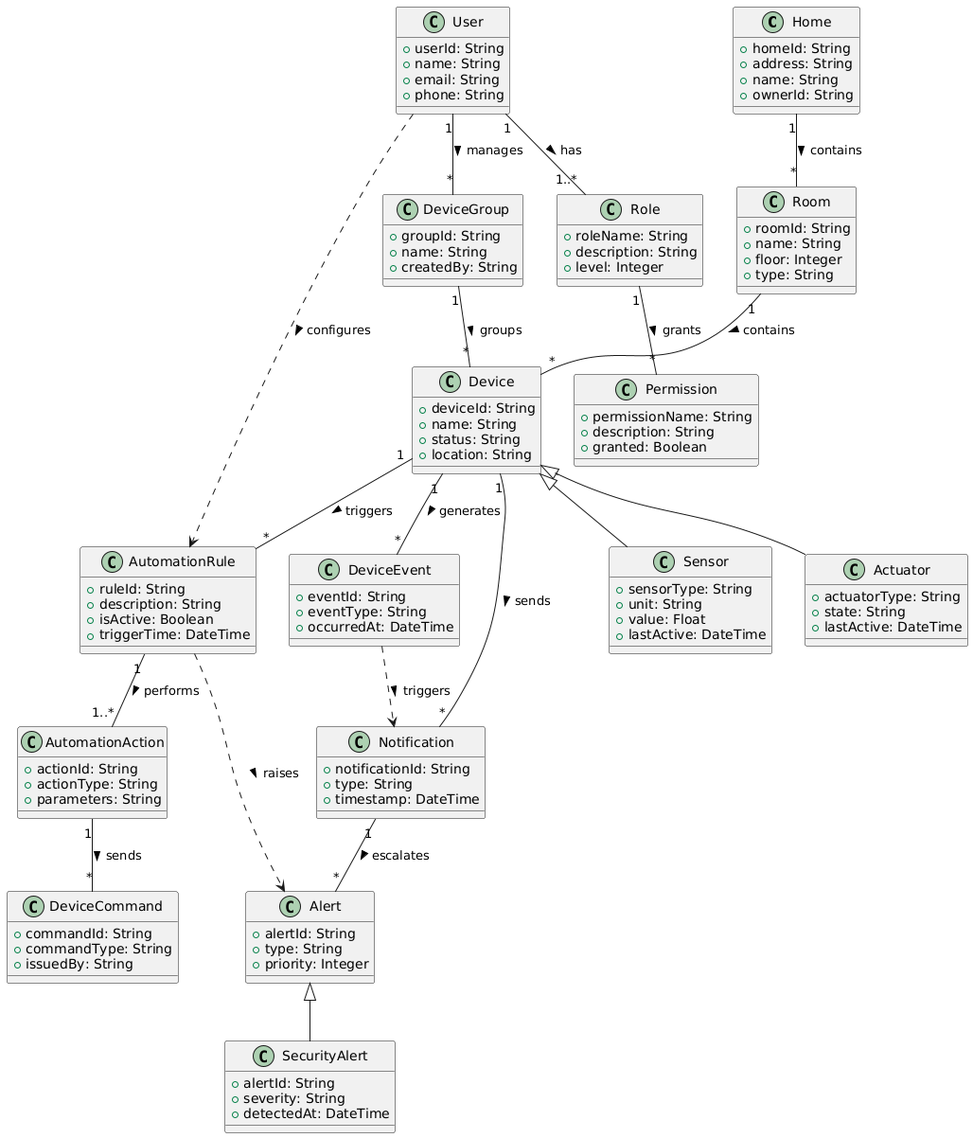
The PlantUML diagram DomainModel.png in srinath-ramachandran/hype, before a commit. The source it was exported from:
```plantuml
@startuml
class Home {
  +homeId: String
  +address: String
  +name: String
  +ownerId: String
}

class Room {
  +roomId: String
  +name: String
  +floor: Integer
  +type: String
}

class Device {
  +deviceId: String
  +name: String
  +status: String
  +location: String
}

class Sensor {
  +sensorType: String
  +unit: String
  +value: Float
  +lastActive: DateTime
}

class Actuator {
  +actuatorType: String
  +state: String
  +lastActive: DateTime
}

class User {
  +userId: String
  +name: String
  +email: String
  +phone: String
}

class Role {
  +roleName: String
  +description: String
  +level: Integer
}

class Permission {
  +permissionName: String
  +description: String
  +granted: Boolean
}

class DeviceGroup {
  +groupId: String
  +name: String
  +createdBy: String
}

class AutomationRule {
  +ruleId: String
  +description: String
  +isActive: Boolean
  +triggerTime: DateTime
}

class AutomationAction {
  +actionId: String
  +actionType: String
  +parameters: String
}

class DeviceCommand {
  +commandId: String
  +commandType: String
  +issuedBy: String
}

class Notification {
  +notificationId: String
  +type: String
  +timestamp: DateTime
}

class Alert {
  +alertId: String
  +type: String
  +priority: Integer
}

class SecurityAlert {
  +alertId: String
  +severity: String
  +detectedAt: DateTime
}

class DeviceEvent {
  +eventId: String
  +eventType: String
  +occurredAt: DateTime
}

Home "1" -- "*" Room : contains >
Room "1" -- "*" Device : contains >
User "1" -- "1..*" Role : has >
Role "1" -- "*" Permission : grants >
User "1" -- "*" DeviceGroup : manages >
DeviceGroup "1" -- "*" Device : groups >
Device "1" -- "*" Notification : sends >
Notification "1" -- "*" Alert : escalates >
Device "1" -- "*" DeviceEvent : generates >
Device "1" -- "*" AutomationRule : triggers >
AutomationRule "1" -- "1..*" AutomationAction : performs >
AutomationAction "1" -- "*" DeviceCommand : sends >

User ..> AutomationRule : configures >
AutomationRule ..> Alert : raises >
DeviceEvent ..> Notification : triggers >

Device <|-- Sensor
Device <|-- Actuator
Alert <|-- SecurityAlert
@enduml
```
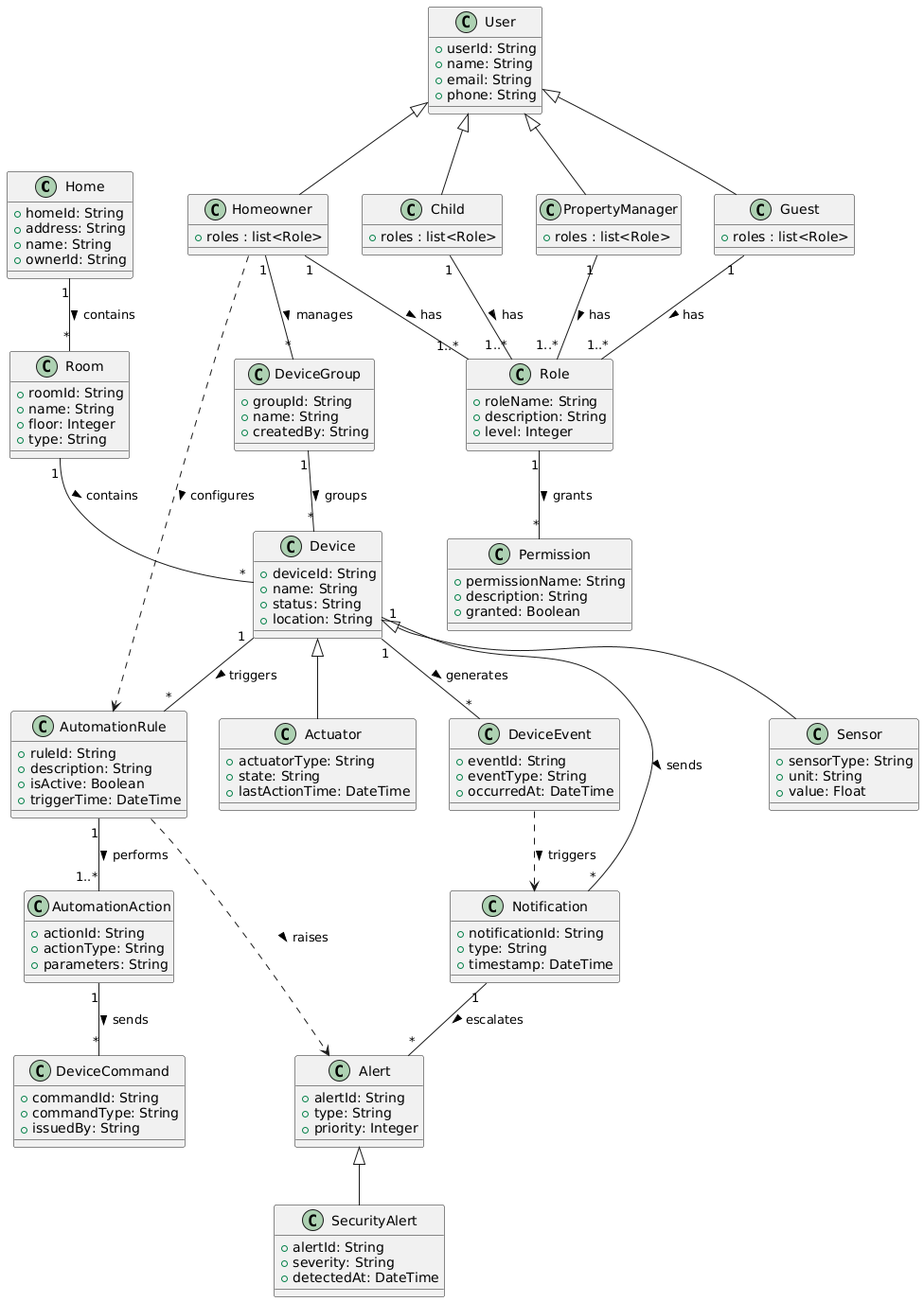
Later version of the same file.

Commit message:
Include User generalizations

Change to the diagram source:
```diff
@@ -24,13 +24,12 @@
   +sensorType: String
   +unit: String
   +value: Float
-  +lastActive: DateTime
 }
 
 class Actuator {
   +actuatorType: String
   +state: String
-  +lastActive: DateTime
+  +lastActionTime: DateTime
 }
 
 class User {
@@ -38,6 +37,22 @@
   +name: String
   +email: String
   +phone: String
+}
+
+class Homeowner {
++roles : list<Role>
+}
+
+class PropertyManager {
++roles : list<Role>
+}
+
+class Guest {
++roles : list<Role>
+}
+
+class Child {
++roles : list<Role>
 }
 
 class Role {
@@ -103,9 +118,12 @@
 
 Home "1" -- "*" Room : contains >
 Room "1" -- "*" Device : contains >
-User "1" -- "1..*" Role : has >
+Homeowner "1" -- "1..*" Role : has >
+Guest "1" -- "1..*" Role : has >
+Child "1" -- "1..*" Role : has >
+PropertyManager "1" -- "1..*" Role : has >
 Role "1" -- "*" Permission : grants >
-User "1" -- "*" DeviceGroup : manages >
+Homeowner "1" -- "*" DeviceGroup : manages >
 DeviceGroup "1" -- "*" Device : groups >
 Device "1" -- "*" Notification : sends >
 Notification "1" -- "*" Alert : escalates >
@@ -114,11 +132,15 @@
 AutomationRule "1" -- "1..*" AutomationAction : performs >
 AutomationAction "1" -- "*" DeviceCommand : sends >
 
-User ..> AutomationRule : configures >
+Homeowner ..> AutomationRule : configures >
 AutomationRule ..> Alert : raises >
 DeviceEvent ..> Notification : triggers >
 
 Device <|-- Sensor
 Device <|-- Actuator
 Alert <|-- SecurityAlert
+User <|-- Homeowner
+User <|-- Child
+User <|-- PropertyManager
+User <|-- Guest
 @enduml
```
